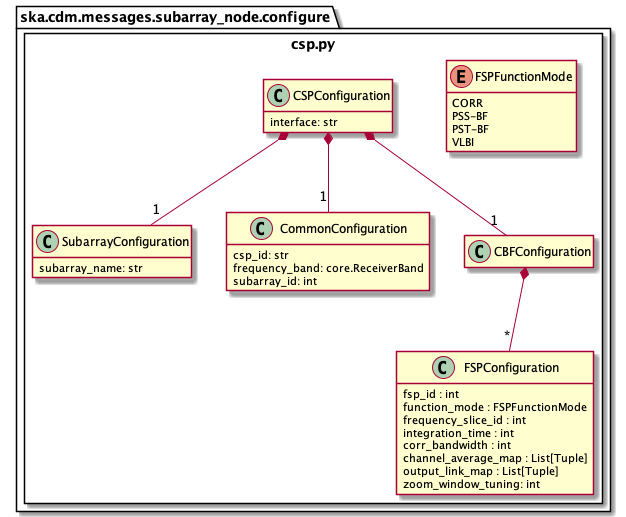
The PlantUML diagram docs/src/developer/subarraynode/csp.png in ska-telescope/cdm-shared-library, before a commit.
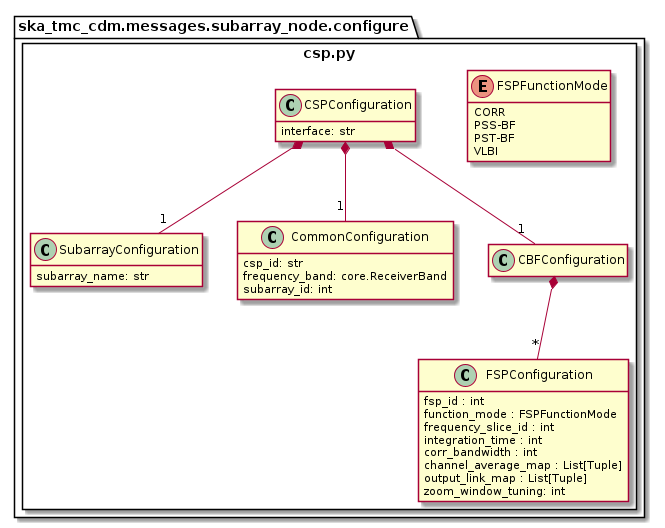
The same diagram one commit later.

Diff of the diagram source:
```diff
@@ -5,7 +5,7 @@
 remove PSTConfiguration
 remove PSSConfiguration
 
-package ska.cdm.messages.subarray_node.configure {
+package ska_tmc_cdm.messages.subarray_node.configure {
 	package csp.py <<Rectangle>> {
 
 	    class SubarrayConfiguration {
```
